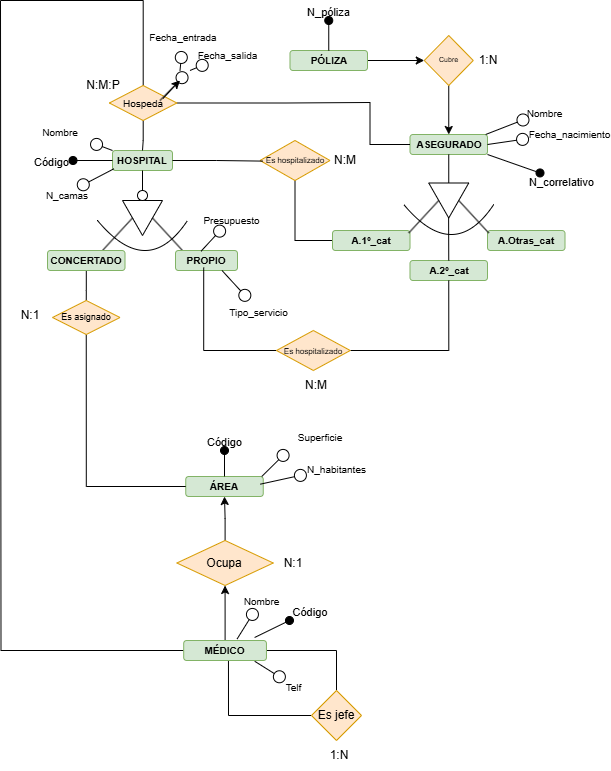
Samue45/1-DAM keeps this draw.io diagram as Data Base/GestionHospitales.drawio.png. Above is the earlier version. Source tidied: cells renumbered, new cells last; positions are measured from the earlier drawing's top-left corner, leaving out a move shared by most shapes.
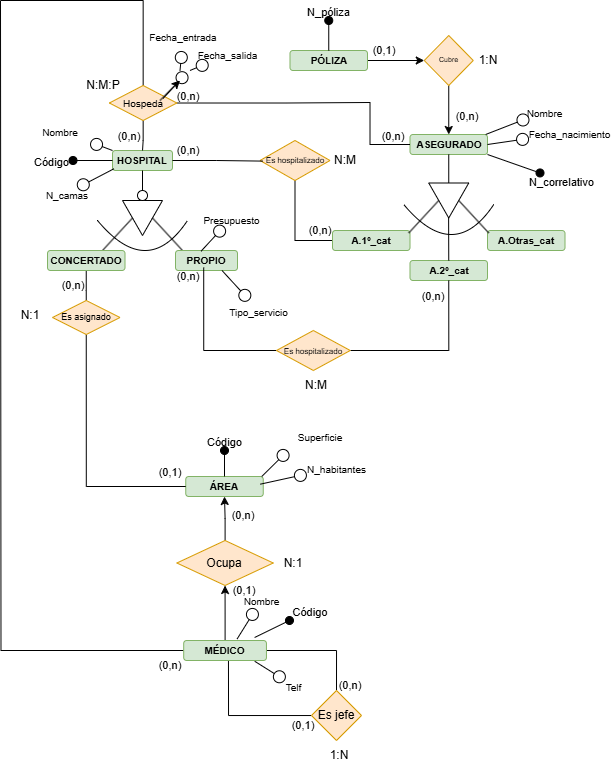
After the change.

Change to the diagram source:
```diff
@@ -320,5 +320,53 @@
     <mxCell id="89" value="1:N" style="text;html=1;align=center;verticalAlign=middle;whiteSpace=wrap;rounded=0;" parent="1" vertex="1">
       <mxGeometry x="317.2" y="740" width="43.8" height="30" as="geometry" />
     </mxCell>
+    <mxCell id="90" value="(0,1)" style="text;html=1;align=center;verticalAlign=middle;whiteSpace=wrap;rounded=0;fontSize=11;" parent="1" vertex="1">
+      <mxGeometry x="367" y="45" width="34" height="9" as="geometry" />
+    </mxCell>
+    <mxCell id="91" value="(0,n)" style="text;html=1;align=center;verticalAlign=middle;whiteSpace=wrap;rounded=0;fontSize=11;" parent="1" vertex="1">
+      <mxGeometry x="450" y="111" width="34" height="9" as="geometry" />
+    </mxCell>
+    <mxCell id="92" value="(0,n)" style="text;html=1;align=center;verticalAlign=middle;whiteSpace=wrap;rounded=0;fontSize=11;" parent="1" vertex="1">
+      <mxGeometry x="171" y="145" width="34" height="9" as="geometry" />
+    </mxCell>
+    <mxCell id="93" value="(0,n)" style="text;html=1;align=center;verticalAlign=middle;whiteSpace=wrap;rounded=0;fontSize=11;" parent="1" vertex="1">
+      <mxGeometry x="302.5" y="225.5" width="34" height="9" as="geometry" />
+    </mxCell>
+    <mxCell id="94" value="(0,n)" style="text;html=1;align=center;verticalAlign=middle;whiteSpace=wrap;rounded=0;fontSize=11;" parent="1" vertex="1">
+      <mxGeometry x="171" y="271" width="34" height="9" as="geometry" />
+    </mxCell>
+    <mxCell id="95" value="(0,n)" style="text;html=1;align=center;verticalAlign=middle;whiteSpace=wrap;rounded=0;fontSize=11;" parent="1" vertex="1">
+      <mxGeometry x="416" y="291" width="34" height="9" as="geometry" />
+    </mxCell>
+    <mxCell id="96" value="(0,n)" style="text;html=1;align=center;verticalAlign=middle;whiteSpace=wrap;rounded=0;fontSize=11;" parent="1" vertex="1">
+      <mxGeometry x="55.5" y="280" width="34" height="9" as="geometry" />
+    </mxCell>
+    <mxCell id="97" value="(0,1)" style="text;html=1;align=center;verticalAlign=middle;whiteSpace=wrap;rounded=0;fontSize=11;" parent="1" vertex="1">
+      <mxGeometry x="153" y="467" width="34" height="9" as="geometry" />
+    </mxCell>
+    <mxCell id="98" value="(0,n)" style="text;html=1;align=center;verticalAlign=middle;whiteSpace=wrap;rounded=0;fontSize=11;" parent="1" vertex="1">
+      <mxGeometry x="225.5" y="510" width="34" height="9" as="geometry" />
+    </mxCell>
+    <mxCell id="99" value="(0,1)" style="text;html=1;align=center;verticalAlign=middle;whiteSpace=wrap;rounded=0;fontSize=11;" parent="1" vertex="1">
+      <mxGeometry x="227" y="585" width="34" height="9" as="geometry" />
+    </mxCell>
+    <mxCell id="100" value="(0,n)" style="text;html=1;align=center;verticalAlign=middle;whiteSpace=wrap;rounded=0;fontSize=11;" parent="1" vertex="1">
+      <mxGeometry x="333" y="680" width="34" height="9" as="geometry" />
+    </mxCell>
+    <mxCell id="101" value="(0,1)" style="text;html=1;align=center;verticalAlign=middle;whiteSpace=wrap;rounded=0;fontSize=11;" parent="1" vertex="1">
+      <mxGeometry x="285.5" y="720" width="34" height="9" as="geometry" />
+    </mxCell>
+    <mxCell id="102" value="(0,n)" style="text;html=1;align=center;verticalAlign=middle;whiteSpace=wrap;rounded=0;fontSize=11;" parent="1" vertex="1">
+      <mxGeometry x="153" y="660" width="34" height="9" as="geometry" />
+    </mxCell>
+    <mxCell id="103" value="(0,n)" style="text;html=1;align=center;verticalAlign=middle;whiteSpace=wrap;rounded=0;fontSize=11;" parent="1" vertex="1">
+      <mxGeometry x="112" y="131" width="34" height="9" as="geometry" />
+    </mxCell>
+    <mxCell id="104" value="(0,n)" style="text;html=1;align=center;verticalAlign=middle;whiteSpace=wrap;rounded=0;fontSize=11;" parent="1" vertex="1">
+      <mxGeometry x="171" y="91" width="34" height="9" as="geometry" />
+    </mxCell>
+    <mxCell id="105" value="(0,n)" style="text;html=1;align=center;verticalAlign=middle;whiteSpace=wrap;rounded=0;fontSize=11;" parent="1" vertex="1">
+      <mxGeometry x="375.5" y="131" width="34" height="9" as="geometry" />
+    </mxCell>
   </root>
 </mxGraphModel>
```
